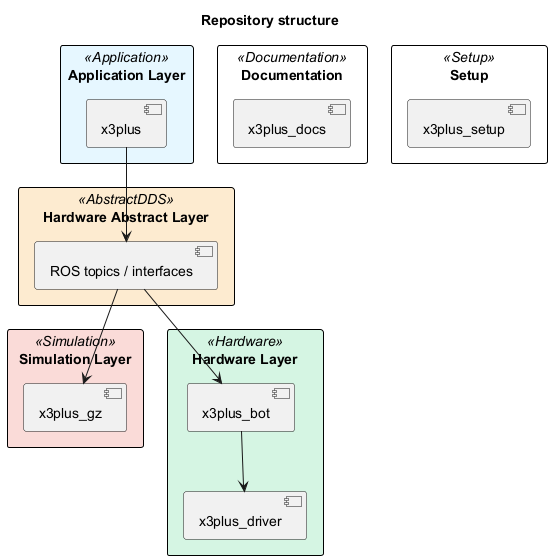
Above: docs/00-General/images/repos_structure.png in cord-burmeister/x3plus_docs (PlantUML), before the change.
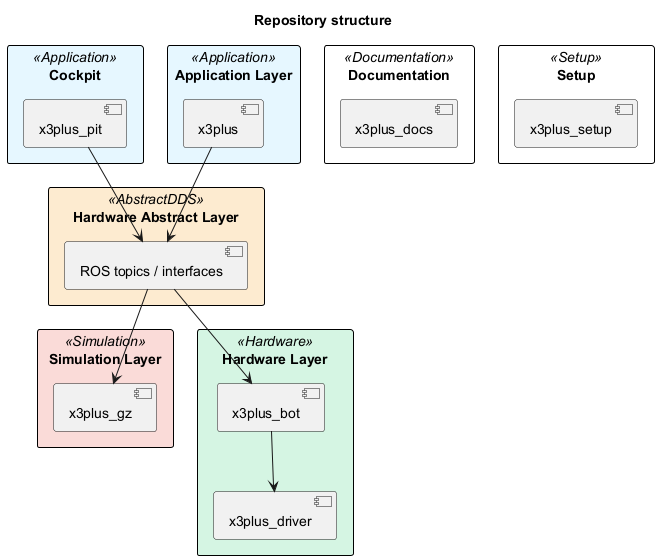
The same diagram one commit later.

What changed in the source:
```diff
@@ -8,6 +8,10 @@
   BackgroundColor<<Simulation>> #FADBD8
   BackgroundColor<<Hardware>> #D5F5E3
   BorderColor black
+}
+
+rectangle "Cockpit" <<Application>> {
+  [x3plus_pit]
 }
 
 rectangle "Application Layer" <<Application>> {
@@ -36,10 +40,10 @@
 }
 
 [x3plus] -down-> [ROS topics / interfaces]
+[x3plus_pit] -down-> [ROS topics / interfaces]
 
 [ROS topics / interfaces] -down-> [x3plus_gz]
 [ROS topics / interfaces] -down-> [x3plus_bot]
 [x3plus_bot] -down-> [x3plus_driver]
 
-
 @enduml
```
